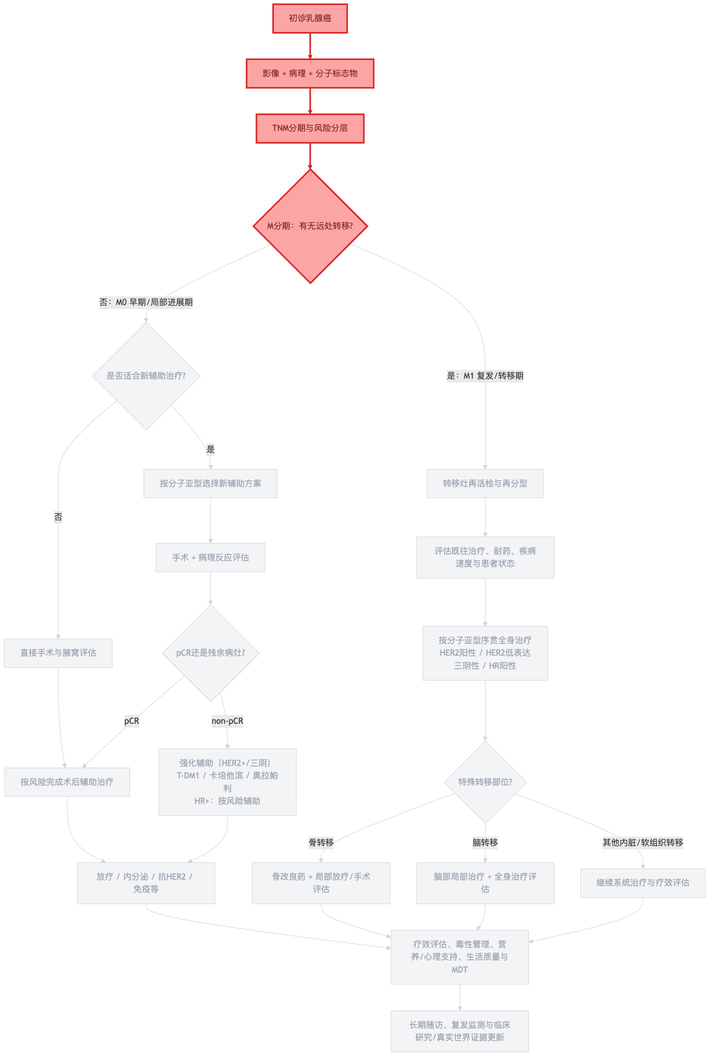
dongjb741280/breast-cancer keeps this Mermaid diagram as diagrams/decision-chain-REAL-003.png. Above is the earlier version. Its source is kept beside it as diagrams/decision-chain-REAL-003.mmd. Source of this version:
```mermaid
graph TD
    A[初诊乳腺癌]
    B[影像 + 病理 + 分子标志物]
    C[TNM分期与风险分层]
    D{M分期：有无远处转移?}
    E{是否适合新辅助治疗?}
    F[按分子亚型选择新辅助方案]
    G[直接手术与腋窝评估]
    H[手术 + 病理反应评估]
    I{pCR还是残余病灶?}
    J[按风险完成术后辅助治疗]
    K[强化辅助（HER2+/三阴）<br/>T-DM1 / 卡培他滨 / 奥拉帕利<br/>HR+：按风险辅助]
    L[放疗 / 内分泌 / 抗HER2 / 免疫等]
    M[转移灶再活检与再分型]
    N[评估既往治疗、耐药、疾病速度与患者状态]
    O[按分子亚型序贯全身治疗<br/>HER2阳性 / HER2低表达<br/>三阴性 / HR阳性]
    P{特殊转移部位?}
    Q[骨改良药 + 局部放疗/手术评估]
    R[脑部局部治疗 + 全身治疗评估]
    S[继续系统治疗与疗效评估]
    T[疗效评估、毒性管理、营养/心理支持、生活质量与MDT]
    U[长期随访、复发监测与临床研究/真实世界证据更新]
    A --> B
    B --> C
    C --> D
    D -->|否：M0 早期/局部进展期| E
    E -->|是| F
    E -->|否| G
    F --> H
    G --> J
    H --> I
    I -->|pCR| J
    I -->|non-pCR| K
    J --> L
    K --> L
    D -->|是：M1 复发/转移期| M
    M --> N
    N --> O
    O --> P
    P -->|骨转移| Q
    P -->|脑转移| R
    P -->|其他内脏/软组织转移| S
    L --> T
    Q --> T
    R --> T
    S --> T
    T --> U
    classDef path fill:#fca5a5,stroke:#dc2626,color:#7f1d1d,stroke-width:3px;
    classDef dim fill:#f3f4f6,stroke:#d1d5db,color:#9ca3af,stroke-width:1px;
    class A path;
    class B path;
    class C path;
    class D path;
    class E dim;
    class F dim;
    class G dim;
    class H dim;
    class I dim;
    class J dim;
    class K dim;
    class L dim;
    class M dim;
    class N dim;
    class O dim;
    class P dim;
    class Q dim;
    class R dim;
    class S dim;
    class T dim;
    class U dim;
    linkStyle 0 stroke:#dc2626,stroke-width:3px;
    linkStyle 1 stroke:#dc2626,stroke-width:3px;
    linkStyle 2 stroke:#dc2626,stroke-width:3px;
    linkStyle 3 stroke:#d1d5db,stroke-width:1px;
    linkStyle 4 stroke:#d1d5db,stroke-width:1px;
    linkStyle 5 stroke:#d1d5db,stroke-width:1px;
    linkStyle 6 stroke:#d1d5db,stroke-width:1px;
    linkStyle 7 stroke:#d1d5db,stroke-width:1px;
    linkStyle 8 stroke:#d1d5db,stroke-width:1px;
    linkStyle 9 stroke:#d1d5db,stroke-width:1px;
    linkStyle 10 stroke:#d1d5db,stroke-width:1px;
    linkStyle 11 stroke:#d1d5db,stroke-width:1px;
    linkStyle 12 stroke:#d1d5db,stroke-width:1px;
    linkStyle 13 stroke:#d1d5db,stroke-width:1px;
    linkStyle 14 stroke:#d1d5db,stroke-width:1px;
    linkStyle 15 stroke:#d1d5db,stroke-width:1px;
    linkStyle 16 stroke:#d1d5db,stroke-width:1px;
    linkStyle 17 stroke:#d1d5db,stroke-width:1px;
    linkStyle 18 stroke:#d1d5db,stroke-width:1px;
    linkStyle 19 stroke:#d1d5db,stroke-width:1px;
    linkStyle 20 stroke:#d1d5db,stroke-width:1px;
    linkStyle 21 stroke:#d1d5db,stroke-width:1px;
    linkStyle 22 stroke:#d1d5db,stroke-width:1px;
    linkStyle 23 stroke:#d1d5db,stroke-width:1px;
    linkStyle 24 stroke:#d1d5db,stroke-width:1px;
```
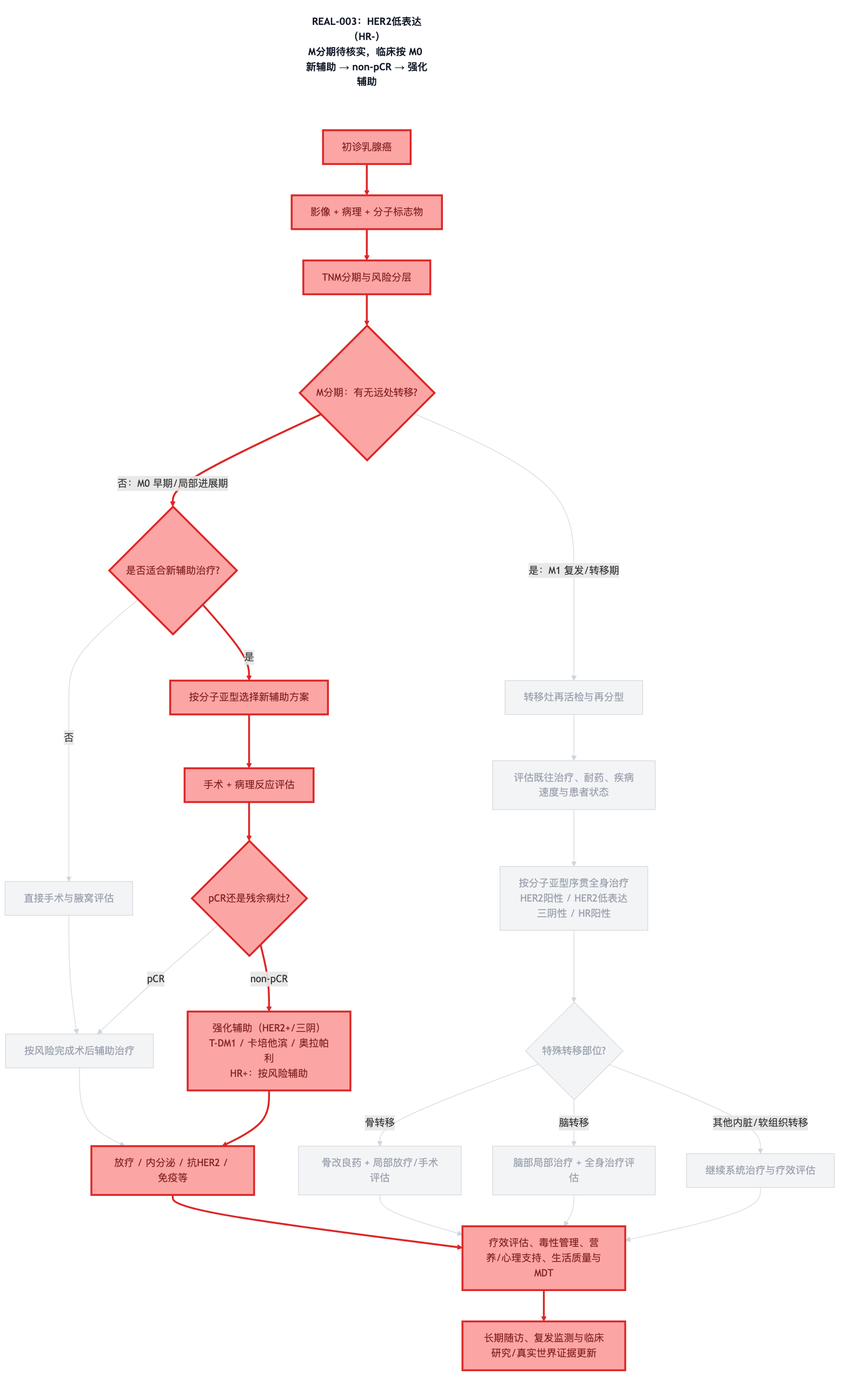
The same diagram one commit later.

The edit, as a diff of the source:
```diff
@@ -1,4 +1,5 @@
 graph TD
+    TITLE["REAL-003：HER2低表达（HR-）<br/>M分期待核实，临床按 M0 新辅助 → non-pCR → 强化辅助"]
     A[初诊乳腺癌]
     B[影像 + 病理 + 分子标志物]
     C[TNM分期与风险分层]
@@ -45,20 +46,23 @@
     R --> T
     S --> T
     T --> U
+    TITLE ~~~ A
     classDef path fill:#fca5a5,stroke:#dc2626,color:#7f1d1d,stroke-width:3px;
     classDef dim fill:#f3f4f6,stroke:#d1d5db,color:#9ca3af,stroke-width:1px;
+    classDef caption fill:#fff,stroke:none,color:#111827,font-weight:bold;
+    class TITLE caption;
     class A path;
     class B path;
     class C path;
     class D path;
-    class E dim;
-    class F dim;
+    class E path;
+    class F path;
     class G dim;
-    class H dim;
-    class I dim;
+    class H path;
+    class I path;
     class J dim;
-    class K dim;
-    class L dim;
+    class K path;
+    class L path;
     class M dim;
     class N dim;
     class O dim;
@@ -66,21 +70,21 @@
     class Q dim;
     class R dim;
     class S dim;
-    class T dim;
-    class U dim;
+    class T path;
+    class U path;
     linkStyle 0 stroke:#dc2626,stroke-width:3px;
     linkStyle 1 stroke:#dc2626,stroke-width:3px;
     linkStyle 2 stroke:#dc2626,stroke-width:3px;
-    linkStyle 3 stroke:#d1d5db,stroke-width:1px;
-    linkStyle 4 stroke:#d1d5db,stroke-width:1px;
+    linkStyle 3 stroke:#dc2626,stroke-width:3px;
+    linkStyle 4 stroke:#dc2626,stroke-width:3px;
     linkStyle 5 stroke:#d1d5db,stroke-width:1px;
-    linkStyle 6 stroke:#d1d5db,stroke-width:1px;
+    linkStyle 6 stroke:#dc2626,stroke-width:3px;
     linkStyle 7 stroke:#d1d5db,stroke-width:1px;
-    linkStyle 8 stroke:#d1d5db,stroke-width:1px;
+    linkStyle 8 stroke:#dc2626,stroke-width:3px;
     linkStyle 9 stroke:#d1d5db,stroke-width:1px;
-    linkStyle 10 stroke:#d1d5db,stroke-width:1px;
+    linkStyle 10 stroke:#dc2626,stroke-width:3px;
     linkStyle 11 stroke:#d1d5db,stroke-width:1px;
-    linkStyle 12 stroke:#d1d5db,stroke-width:1px;
+    linkStyle 12 stroke:#dc2626,stroke-width:3px;
     linkStyle 13 stroke:#d1d5db,stroke-width:1px;
     linkStyle 14 stroke:#d1d5db,stroke-width:1px;
     linkStyle 15 stroke:#d1d5db,stroke-width:1px;
@@ -88,8 +92,8 @@
     linkStyle 17 stroke:#d1d5db,stroke-width:1px;
     linkStyle 18 stroke:#d1d5db,stroke-width:1px;
     linkStyle 19 stroke:#d1d5db,stroke-width:1px;
-    linkStyle 20 stroke:#d1d5db,stroke-width:1px;
+    linkStyle 20 stroke:#dc2626,stroke-width:3px;
     linkStyle 21 stroke:#d1d5db,stroke-width:1px;
     linkStyle 22 stroke:#d1d5db,stroke-width:1px;
     linkStyle 23 stroke:#d1d5db,stroke-width:1px;
-    linkStyle 24 stroke:#d1d5db,stroke-width:1px;
+    linkStyle 24 stroke:#dc2626,stroke-width:3px;
```
